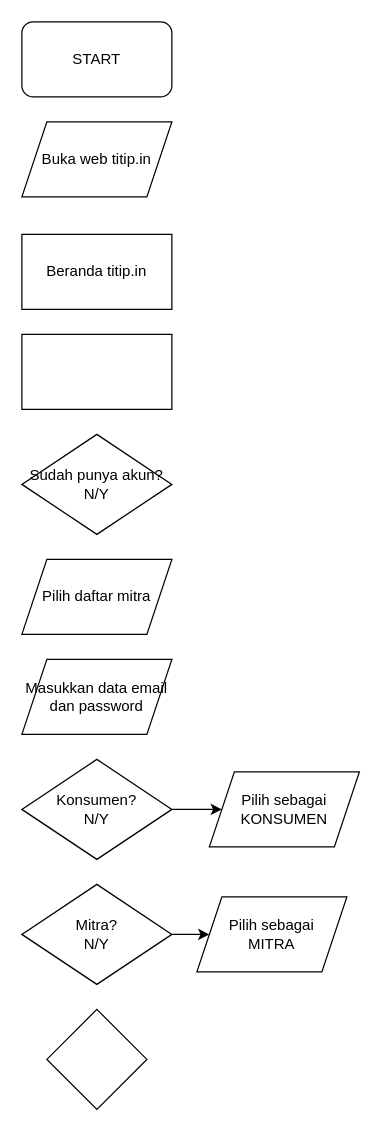
This is page "TITIP.IN" (1 of 2) of Alur Skema PKM.drawio from FauzanRizqiF/AcrossPKMSP, a draw.io file, before an edit. Source tidied: cells renumbered, new cells numbered last; positions are measured from the earlier drawing's top-left corner, leaving out a move shared by most shapes. Both pictures are drawn from the tidied source at 125%, with x=0, y=0 at pixel (21, 21).
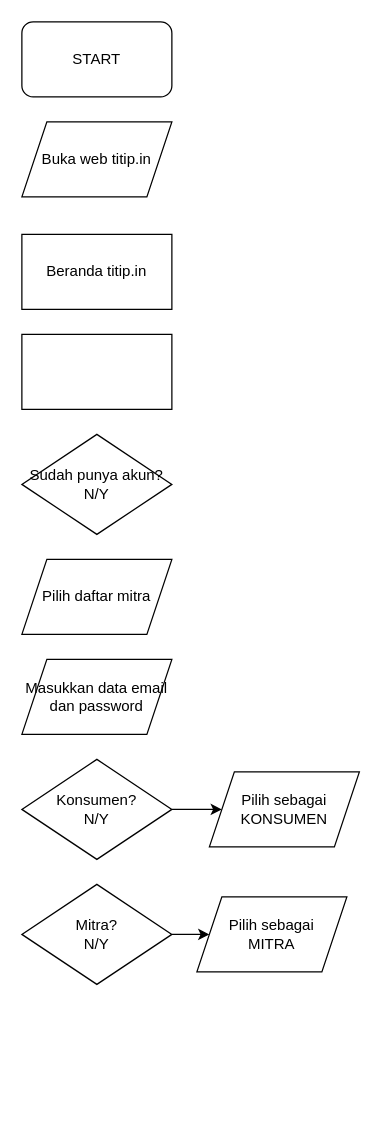
The same page after the edit.

Change to the diagram source:
```diff
@@
 <mxGraphModel>
   <root>
     <mxCell id="0" />
     <mxCell id="1" parent="0" />
     <mxCell id="2" value="START" style="rounded=1;whiteSpace=wrap;html=1;" parent="1" vertex="1">
       <mxGeometry width="120" height="60" as="geometry" />
     </mxCell>
     <mxCell id="3" style="edgeStyle=orthogonalEdgeStyle;rounded=0;jettySize=auto;html=1;exitX=1;exitY=0.5;exitDx=0;exitDy=0;entryX=0;entryY=0.5;entryDx=0;entryDy=0;" parent="1" edge="1" source="4" target="14">
       <mxGeometry relative="1" as="geometry" />
     </mxCell>
     <mxCell id="4" value="Mitra?&lt;br&gt;N/Y" style="rhombus;whiteSpace=wrap;html=1;" parent="1" vertex="1">
       <mxGeometry y="690" width="120" height="80" as="geometry" />
     </mxCell>
     <mxCell id="5" value="Buka web titip.in" style="shape=parallelogram;perimeter=parallelogramPerimeter;whiteSpace=wrap;html=1;fixedSize=1;" parent="1" vertex="1">
       <mxGeometry y="80" width="120" height="60" as="geometry" />
     </mxCell>
     <mxCell id="6" value="Beranda titip.in" style="rounded=0;whiteSpace=wrap;html=1;" parent="1" vertex="1">
       <mxGeometry y="170" width="120" height="60" as="geometry" />
     </mxCell>
     <mxCell id="7" style="edgeStyle=orthogonalEdgeStyle;rounded=0;jettySize=auto;html=1;exitX=1;exitY=0.5;exitDx=0;exitDy=0;entryX=0;entryY=0.5;entryDx=0;entryDy=0;" parent="1" edge="1" source="8" target="13">
       <mxGeometry relative="1" as="geometry" />
     </mxCell>
     <mxCell id="8" value="Konsumen?&lt;br&gt;N/Y" style="rhombus;whiteSpace=wrap;html=1;" parent="1" vertex="1">
       <mxGeometry y="590" width="120" height="80" as="geometry" />
     </mxCell>
     <mxCell id="9" value="Pilih daftar mitra" style="shape=parallelogram;perimeter=parallelogramPerimeter;whiteSpace=wrap;html=1;fixedSize=1;" parent="1" vertex="1">
       <mxGeometry y="430" width="120" height="60" as="geometry" />
     </mxCell>
     <mxCell id="10" style="whiteSpace=wrap;html=1;" parent="1" vertex="1">
       <mxGeometry y="250" width="120" height="60" as="geometry" />
     </mxCell>
     <mxCell id="11" value="Sudah punya akun? N/Y" style="rhombus;whiteSpace=wrap;html=1;" parent="1" vertex="1">
       <mxGeometry y="330" width="120" height="80" as="geometry" />
     </mxCell>
     <mxCell id="12" value="Masukkan data email dan password" style="shape=parallelogram;perimeter=parallelogramPerimeter;whiteSpace=wrap;html=1;fixedSize=1;" parent="1" vertex="1">
       <mxGeometry y="510" width="120" height="60" as="geometry" />
     </mxCell>
     <mxCell id="13" value="Pilih sebagai KONSUMEN" style="shape=parallelogram;perimeter=parallelogramPerimeter;whiteSpace=wrap;html=1;fixedSize=1;" parent="1" vertex="1">
       <mxGeometry x="150" y="600" width="120" height="60" as="geometry" />
     </mxCell>
     <mxCell id="14" value="Pilih sebagai&lt;br&gt;MITRA" style="shape=parallelogram;perimeter=parallelogramPerimeter;whiteSpace=wrap;html=1;fixedSize=1;" parent="1" vertex="1">
       <mxGeometry x="140" y="700" width="120" height="60" as="geometry" />
     </mxCell>
-    <mxCell id="15" style="rhombus;whiteSpace=wrap;html=1;" parent="1" vertex="1">
-      <mxGeometry x="20" y="790" width="80" height="80" as="geometry" />
-    </mxCell>
   </root>
 </mxGraphModel>
```
